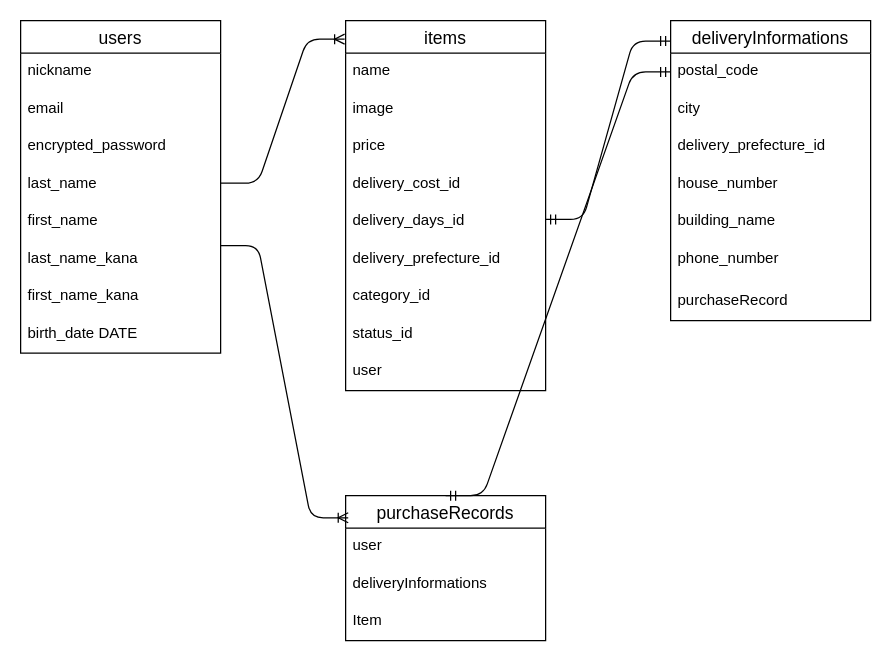
Earlier version of the draw.io diagram er.dio (Roohit2/furima-39013). Source tidied: cells renumbered, new cells numbered last; positions are measured from the earlier drawing's top-left corner, leaving out a move shared by most shapes. Both pictures are drawn from the tidied source at 125%, with x=0, y=0 at pixel (20, 20).
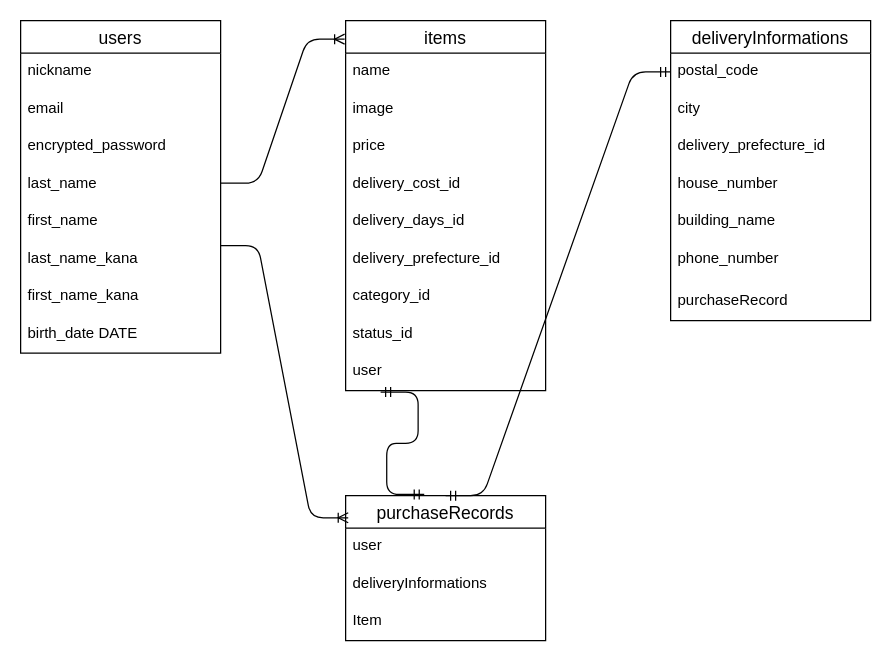
The same page after the edit.

Unchanged cells that the change refers to:
```xml
<mxCell id="20" value="user" style="text;strokeColor=none;fillColor=none;spacingLeft=4;spacingRight=4;overflow=hidden;points=[[0,0.5],[1,0.5]];portConstraint=eastwest;fontSize=12;" parent="11" vertex="1">
  <mxGeometry y="266" width="160" height="30" as="geometry" />
</mxCell>
<mxCell id="21" value="purchaseRecords" style="swimlane;fontStyle=0;horizontal=1;startSize=26;align=center;fontSize=14;" parent="1" vertex="1">
  <mxGeometry x="260" y="380" width="160" height="116" as="geometry" />
</mxCell>
<mxCell id="25" value="deliveryInformations" style="swimlane;fontStyle=0;horizontal=1;startSize=26;align=center;fontSize=14;" parent="1" vertex="1">
  <mxGeometry x="520" width="160" height="240" as="geometry" />
</mxCell>
```

Diff of the diagram source:
```diff
@@
-    <mxCell id="36" style="edgeStyle=entityRelationEdgeStyle;fontSize=12;html=1;endArrow=ERmandOne;startArrow=ERmandOne;exitX=0.5;exitY=0;exitDx=0;exitDy=0;entryX=0;entryY=0.068;entryDx=0;entryDy=0;entryPerimeter=0;" parent="1" edge="1" target="25">
-      <mxGeometry relative="1" as="geometry">
-        <mxPoint x="420" y="159" as="sourcePoint" />
-      </mxGeometry>
+    <mxCell id="36" style="edgeStyle=entityRelationEdgeStyle;fontSize=12;html=1;endArrow=ERmandOne;startArrow=ERmandOne;exitX=0.175;exitY=1.038;exitDx=0;exitDy=0;entryX=0.393;entryY=-0.008;entryDx=0;entryDy=0;entryPerimeter=0;exitPerimeter=0;" parent="1" edge="1" source="20" target="21">
+      <mxGeometry relative="1" as="geometry" />
     </mxCell>
```
